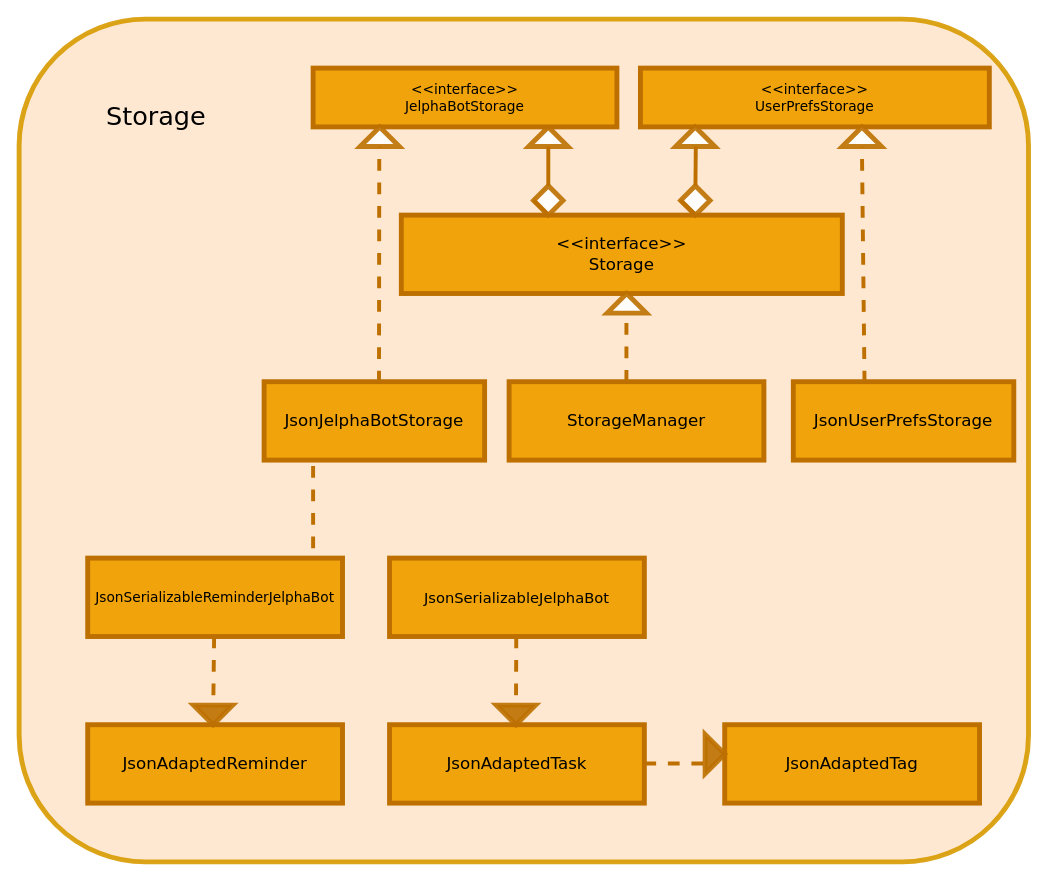
yapdianhao/main keeps this draw.io diagram as docs/diagrams/Storage.drawio. Above is the earlier version. Source tidied: cells renumbered, new cells numbered last; positions are measured from the earlier drawing's top-left corner, leaving out a move shared by most shapes. Both pictures are drawn from the tidied source at 98%, with x=0, y=0 at pixel (19, 19).
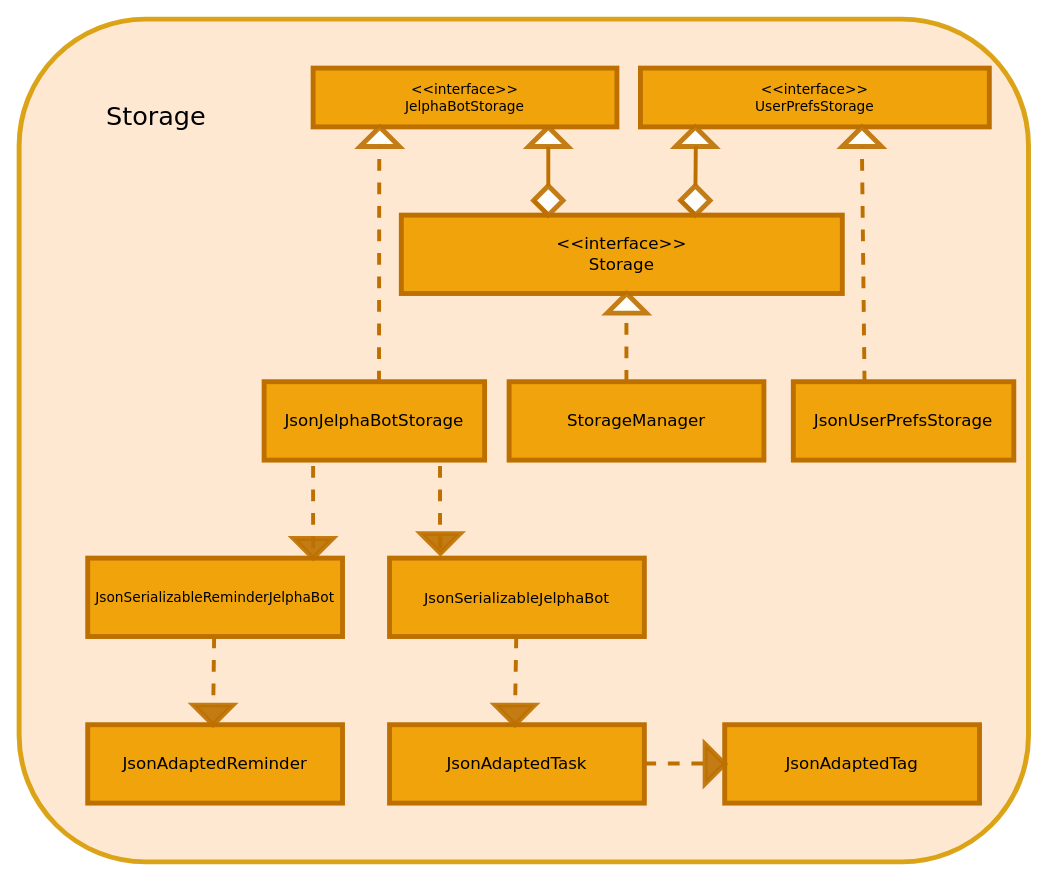
The same diagram, later.

Diff of the diagram source:
```diff
@@
     <mxCell id="33" style="triangle;whiteSpace=wrap;html=1;strokeColor=#BD7000;strokeWidth=5;opacity=90;rotation=90;fillColor=#bd7000;" parent="1" vertex="1">
-      <mxGeometry x="497" y="690" width="20" height="40" as="geometry" />
+      <mxGeometry x="496" y="690" width="20" height="40" as="geometry" />
     </mxCell>
@@
     <mxCell id="37" style="triangle;whiteSpace=wrap;html=1;strokeColor=#BD7000;strokeWidth=5;fillColor=#bd7000;opacity=90;" parent="1" vertex="1">
-      <mxGeometry x="700" y="730" width="20" height="40" as="geometry" />
+      <mxGeometry x="700" y="740" width="20" height="40" as="geometry" />
     </mxCell>
+    <mxCell id="38" style="triangle;whiteSpace=wrap;html=1;strokeColor=#BD7000;strokeWidth=5;opacity=90;rotation=90;fillColor=#bd7000;" parent="1" vertex="1">
+      <mxGeometry x="290" y="520" width="20" height="40" as="geometry" />
+    </mxCell>
+    <mxCell id="39" style="triangle;whiteSpace=wrap;html=1;strokeColor=#BD7000;strokeWidth=5;opacity=90;rotation=90;fillColor=#bd7000;" parent="1" vertex="1">
+      <mxGeometry x="420" y="515" width="20" height="40" as="geometry" />
+    </mxCell>
+    <mxCell id="40" style="endArrow=none;html=1;strokeWidth=4;entryX=0;entryY=0.5;entryDx=0;entryDy=0;strokeColor=#BD7000;dashed=1;" parent="1" edge="1" target="39">
+      <mxGeometry relative="1" as="geometry">
+        <mxPoint x="430" y="540" as="sourcePoint" />
+      </mxGeometry>
+    </mxCell>
+    <mxCell id="41" style="endArrow=none;html=1;strokeWidth=4;entryX=0;entryY=0.5;entryDx=0;entryDy=0;strokeColor=#BD7000;dashed=1;" parent="1" edge="1">
+      <mxGeometry relative="1" as="geometry">
+        <mxPoint x="429.5" y="540" as="sourcePoint" />
+        <mxPoint x="429.5" y="450" as="targetPoint" />
+      </mxGeometry>
+    </mxCell>
```
